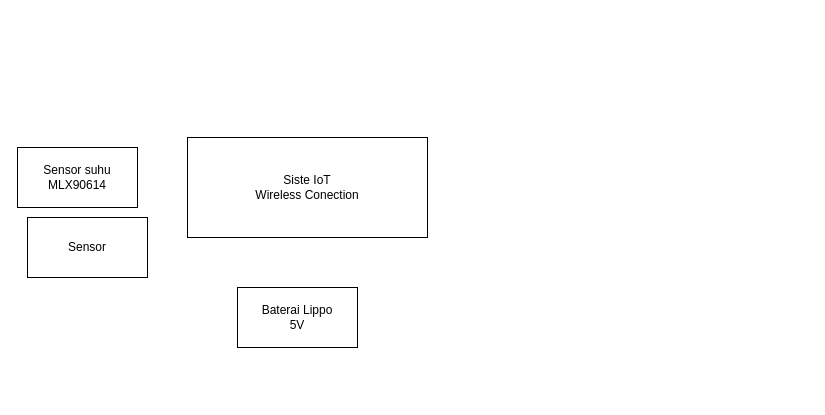
Above: Lomba IoT.drawio in joeinus134131/OnlineDiagramProject (draw.io), before the change. Source tidied: cells renumbered, new cells numbered last; positions are measured from the earlier drawing's top-left corner, leaving out a move shared by most shapes. Both pictures are drawn from the tidied source at 100%, with x=0, y=0 at pixel (17, 137).
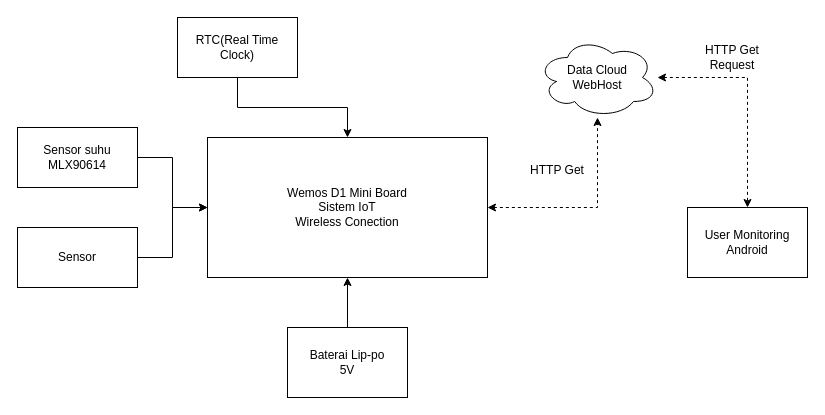
The same page after the edit.

The edit, as a diff of the source:
```diff
@@
 <mxGraphModel>
   <root>
     <mxCell id="0" />
     <mxCell id="1" parent="0" />
+    <mxCell id="6" style="edgeStyle=orthogonalEdgeStyle;rounded=0;jettySize=auto;html=1;" parent="1" edge="1" source="2" target="3">
+      <mxGeometry relative="1" as="geometry" />
+    </mxCell>
     <mxCell id="2" value="&lt;div&gt;Sensor suhu&lt;/div&gt;&lt;div&gt;MLX90614&lt;br&gt;&lt;/div&gt;" style="rounded=0;whiteSpace=wrap;html=1;" parent="1" vertex="1">
-      <mxGeometry y="10" width="120" height="60" as="geometry" />
+      <mxGeometry y="-10" width="120" height="60" as="geometry" />
     </mxCell>
+    <mxCell id="7" style="edgeStyle=orthogonalEdgeStyle;rounded=0;jettySize=auto;html=1;dashed=1;startArrow=classic;startFill=1;" parent="1" edge="1" source="3" target="11">
+      <mxGeometry relative="1" as="geometry" />
+    </mxCell>
-    <mxCell id="3" value="&lt;div&gt;Siste IoT&lt;/div&gt;&lt;div&gt;Wireless Conection&lt;br&gt;&lt;/div&gt;" style="rounded=0;whiteSpace=wrap;html=1;" parent="1" vertex="1">
-      <mxGeometry x="170" width="240" height="100" as="geometry" />
+    <mxCell id="3" value="&lt;div&gt;Wemos D1 Mini Board&lt;/div&gt;&lt;div&gt;Sistem IoT&lt;/div&gt;&lt;div&gt;Wireless Conection&lt;br&gt;&lt;/div&gt;" style="rounded=0;whiteSpace=wrap;html=1;" parent="1" vertex="1">
+      <mxGeometry x="190" width="280" height="140" as="geometry" />
     </mxCell>
+    <mxCell id="8" style="edgeStyle=orthogonalEdgeStyle;rounded=0;jettySize=auto;html=1;" parent="1" edge="1" source="4" target="3">
+      <mxGeometry relative="1" as="geometry" />
+    </mxCell>
     <mxCell id="4" value="Sensor " style="rounded=0;whiteSpace=wrap;html=1;" parent="1" vertex="1">
-      <mxGeometry x="10" y="80" width="120" height="60" as="geometry" />
+      <mxGeometry y="90" width="120" height="60" as="geometry" />
     </mxCell>
+    <mxCell id="9" style="edgeStyle=orthogonalEdgeStyle;rounded=0;jettySize=auto;html=1;" parent="1" edge="1" source="5" target="3">
+      <mxGeometry relative="1" as="geometry" />
+    </mxCell>
-    <mxCell id="5" value="&lt;div&gt;Baterai Lippo&lt;br&gt;&lt;/div&gt;&lt;div&gt;5V&lt;br&gt;&lt;/div&gt;" style="rounded=0;whiteSpace=wrap;html=1;" parent="1" vertex="1">
-      <mxGeometry x="220" y="150" width="120" height="60" as="geometry" />
+    <mxCell id="5" value="&lt;div&gt;Baterai Lip-po&lt;br&gt;&lt;/div&gt;&lt;div&gt;5V&lt;br&gt;&lt;/div&gt;" style="rounded=0;whiteSpace=wrap;html=1;" parent="1" vertex="1">
+      <mxGeometry x="270" y="190" width="120" height="70" as="geometry" />
     </mxCell>
+    <mxCell id="10" style="edgeStyle=orthogonalEdgeStyle;rounded=0;jettySize=auto;html=1;startArrow=classic;startFill=1;dashed=1;" parent="1" edge="1" source="11" target="14">
+      <mxGeometry relative="1" as="geometry" />
+    </mxCell>
+    <mxCell id="11" value="&lt;div&gt;Data Cloud&lt;/div&gt;&lt;div&gt;WebHost&lt;/div&gt;" style="ellipse;shape=cloud;whiteSpace=wrap;html=1;" parent="1" vertex="1">
+      <mxGeometry x="520" y="-100" width="120" height="80" as="geometry" />
+    </mxCell>
+    <mxCell id="12" style="edgeStyle=orthogonalEdgeStyle;rounded=0;jettySize=auto;html=1;" parent="1" edge="1" source="13" target="3">
+      <mxGeometry relative="1" as="geometry" />
+    </mxCell>
+    <mxCell id="13" value="RTC(Real Time Clock)" style="rounded=0;whiteSpace=wrap;html=1;" parent="1" vertex="1">
+      <mxGeometry x="160" y="-120" width="120" height="60" as="geometry" />
+    </mxCell>
+    <mxCell id="14" value="&lt;div&gt;User Monitoring&lt;/div&gt;&lt;div&gt;Android&lt;/div&gt;" style="rounded=0;whiteSpace=wrap;html=1;" parent="1" vertex="1">
+      <mxGeometry x="670" y="70" width="120" height="70" as="geometry" />
+    </mxCell>
+    <mxCell id="15" value="HTTP Get Request" style="text;html=1;strokeColor=none;fillColor=none;align=center;verticalAlign=middle;whiteSpace=wrap;rounded=0;" parent="1" vertex="1">
+      <mxGeometry x="670" y="-90" width="90" height="20" as="geometry" />
+    </mxCell>
+    <mxCell id="16" value="&#10;HTTP Get&#10;&#10;" style="text;html=1;strokeColor=none;fillColor=none;align=center;verticalAlign=middle;whiteSpace=wrap;rounded=0;" parent="1" vertex="1">
+      <mxGeometry x="500" y="30" width="80" height="20" as="geometry" />
+    </mxCell>
   </root>
 </mxGraphModel>
```
